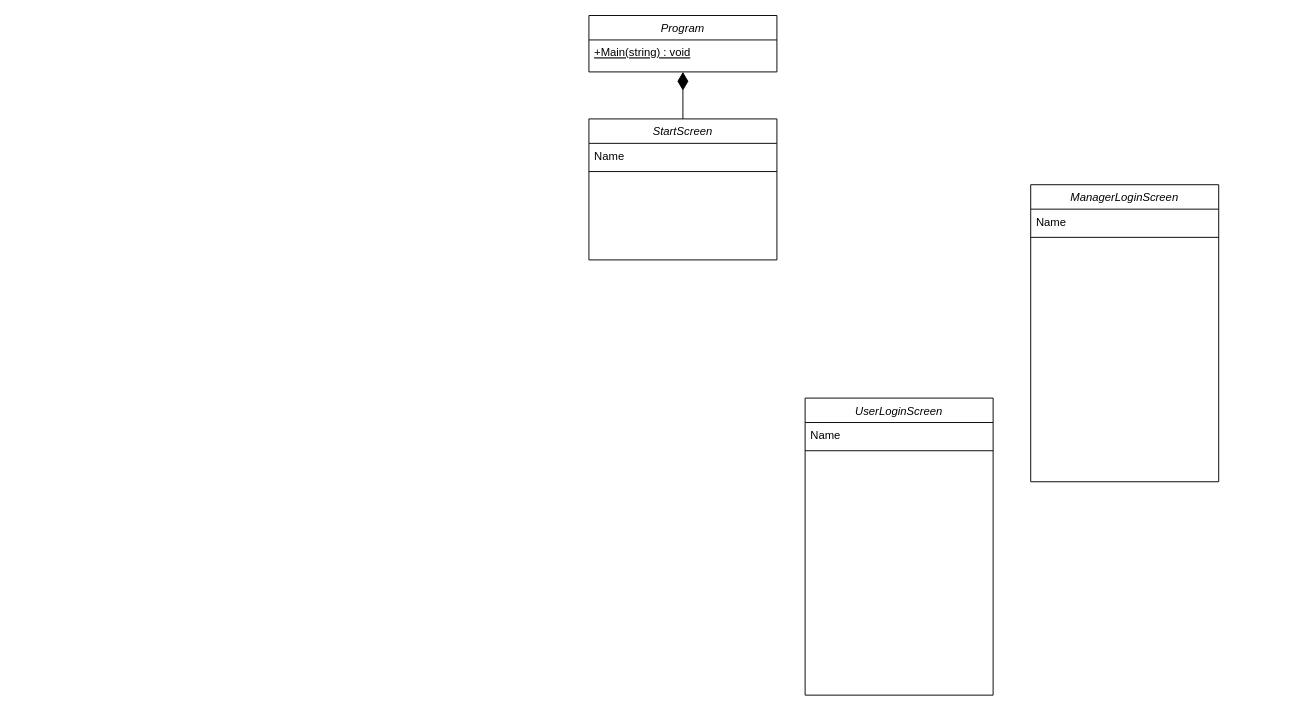
Above: 도서관/etc/도서관_ClassDiagram.drawio in EN-2024-Study/SangHyeok (draw.io), before the change. Source tidied: cells renumbered, new cells numbered last; positions are measured from the earlier drawing's top-left corner, leaving out a move shared by most shapes. Both pictures are drawn from the tidied source at 94%, with x=0, y=0 at pixel (588, 15).
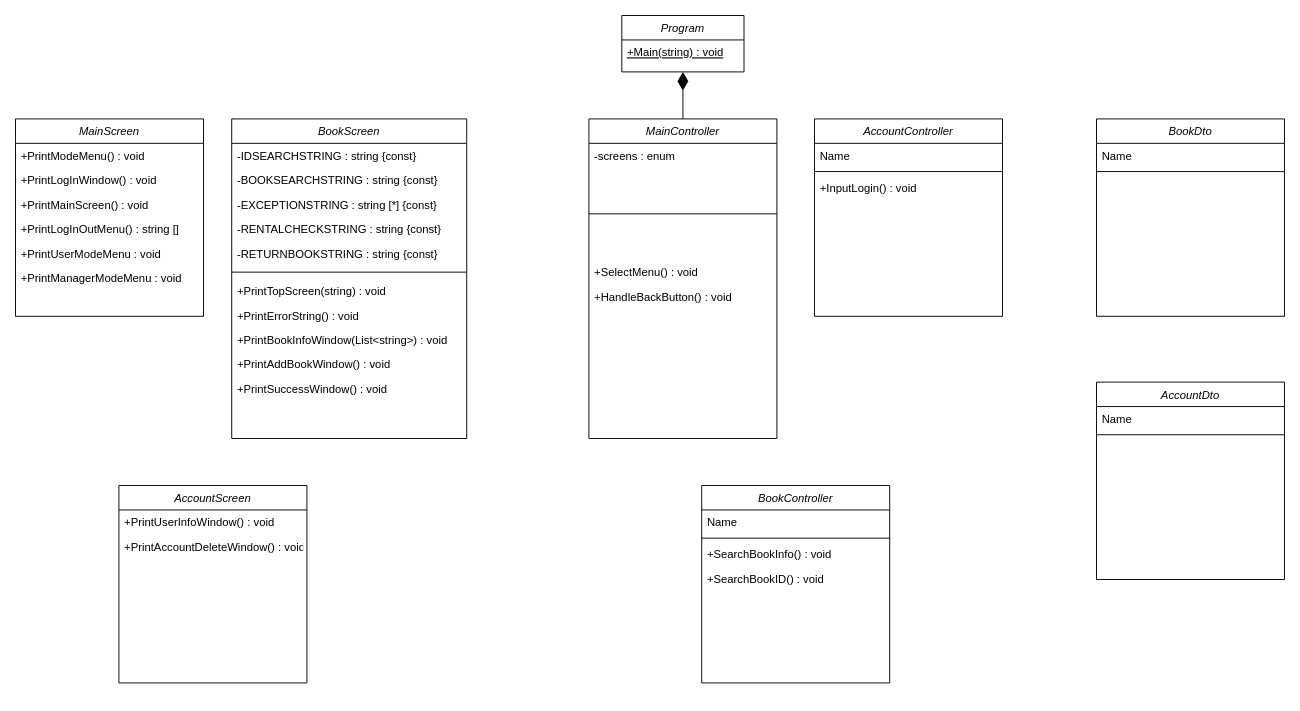
After the change.

Diff of the diagram source:
```diff
@@
-    <mxCell id="2" value="StartScreen" style="swimlane;fontStyle=2;align=center;verticalAlign=top;horizontal=1;startSize=26;rounded=0;shadow=0;strokeWidth=1;" parent="1" vertex="1">
-      <mxGeometry y="110" width="200" height="150" as="geometry" />
+    <mxCell id="2" value="MainController" style="swimlane;fontStyle=2;align=center;verticalAlign=top;horizontal=1;startSize=26;rounded=0;shadow=0;strokeWidth=1;" parent="1" vertex="1">
+      <mxGeometry y="110" width="200" height="340" as="geometry" />
     </mxCell>
-    <mxCell id="3" value="Name" style="text;align=left;verticalAlign=top;spacingLeft=4;spacingRight=4;overflow=hidden;" parent="2" vertex="1">
+    <mxCell id="3" value="-screens : enum" style="text;align=left;verticalAlign=top;spacingLeft=4;spacingRight=4;overflow=hidden;" parent="2" vertex="1">
       <mxGeometry y="26" width="200" height="26" as="geometry" />
     </mxCell>
     <mxCell id="4" style="line;html=1;strokeWidth=1;align=left;verticalAlign=middle;spacingTop=-1;spacingLeft=3;spacingRight=3;labelPosition=right;" parent="2" vertex="1">
-      <mxGeometry y="52" width="200" height="8" as="geometry" />
+      <mxGeometry y="52" width="200" height="98" as="geometry" />
     </mxCell>
-    <mxCell id="5" value="UserLoginScreen" style="swimlane;fontStyle=2;align=center;verticalAlign=top;horizontal=1;startSize=26;rounded=0;shadow=0;strokeWidth=1;" parent="1" vertex="1">
-      <mxGeometry x="230" y="407" width="200" height="316" as="geometry" />
-    </mxCell>
-    <mxCell id="6" value="Name" style="text;align=left;verticalAlign=top;spacingLeft=4;spacingRight=4;overflow=hidden;" parent="5" vertex="1">
-      <mxGeometry y="26" width="200" height="26" as="geometry" />
-    </mxCell>
-    <mxCell id="7" style="line;html=1;strokeWidth=1;align=left;verticalAlign=middle;spacingTop=-1;spacingLeft=3;spacingRight=3;labelPosition=right;" parent="5" vertex="1">
-      <mxGeometry y="52" width="200" height="8" as="geometry" />
-    </mxCell>
-    <mxCell id="8" value="ManagerLoginScreen" style="swimlane;fontStyle=2;align=center;verticalAlign=top;horizontal=1;startSize=26;rounded=0;shadow=0;strokeWidth=1;" parent="1" vertex="1">
-      <mxGeometry x="470" y="180" width="200" height="316" as="geometry" />
-    </mxCell>
-    <mxCell id="9" value="Name" style="text;align=left;verticalAlign=top;spacingLeft=4;spacingRight=4;overflow=hidden;" parent="8" vertex="1">
-      <mxGeometry y="26" width="200" height="26" as="geometry" />
-    </mxCell>
-    <mxCell id="10" style="line;html=1;strokeWidth=1;align=left;verticalAlign=middle;spacingTop=-1;spacingLeft=3;spacingRight=3;labelPosition=right;" parent="8" vertex="1">
-      <mxGeometry y="52" width="200" height="8" as="geometry" />
-    </mxCell>
+    <mxCell id="14" value="+SelectMenu() : void" style="text;align=left;verticalAlign=top;spacingLeft=4;spacingRight=4;overflow=hidden;" parent="2" vertex="1">
+      <mxGeometry y="150" width="200" height="26" as="geometry" />
+    </mxCell>
+    <mxCell id="15" value="+HandleBackButton() : void" style="text;align=left;verticalAlign=top;spacingLeft=4;spacingRight=4;overflow=hidden;" parent="2" vertex="1">
+      <mxGeometry y="176" width="200" height="26" as="geometry" />
+    </mxCell>
     <mxCell id="11" value="Program" style="swimlane;fontStyle=2;align=center;verticalAlign=top;horizontal=1;startSize=26;rounded=0;shadow=0;strokeWidth=1;" parent="1" vertex="1">
-      <mxGeometry width="200" height="60" as="geometry" />
+      <mxGeometry x="35" width="130" height="60" as="geometry" />
     </mxCell>
     <mxCell id="12" value="+Main(string) : void" style="text;align=left;verticalAlign=top;spacingLeft=4;spacingRight=4;overflow=hidden;fontStyle=4;" parent="11" vertex="1">
-      <mxGeometry y="26" width="200" height="26" as="geometry" />
+      <mxGeometry y="26" width="130" height="26" as="geometry" />
     </mxCell>
@@
+    <mxCell id="16" value="AccountController" style="swimlane;fontStyle=2;align=center;verticalAlign=top;horizontal=1;startSize=26;rounded=0;shadow=0;strokeWidth=1;" parent="1" vertex="1">
+      <mxGeometry x="240" y="110" width="200" height="210" as="geometry" />
+    </mxCell>
+    <mxCell id="17" value="Name" style="text;align=left;verticalAlign=top;spacingLeft=4;spacingRight=4;overflow=hidden;" parent="16" vertex="1">
+      <mxGeometry y="26" width="200" height="26" as="geometry" />
+    </mxCell>
+    <mxCell id="18" style="line;html=1;strokeWidth=1;align=left;verticalAlign=middle;spacingTop=-1;spacingLeft=3;spacingRight=3;labelPosition=right;" parent="16" vertex="1">
+      <mxGeometry y="52" width="200" height="8" as="geometry" />
+    </mxCell>
+    <mxCell id="19" value="+InputLogin() : void" style="text;align=left;verticalAlign=top;spacingLeft=4;spacingRight=4;overflow=hidden;" parent="16" vertex="1">
+      <mxGeometry y="60" width="200" height="26" as="geometry" />
+    </mxCell>
+    <mxCell id="20" value="BookController" style="swimlane;fontStyle=2;align=center;verticalAlign=top;horizontal=1;startSize=26;rounded=0;shadow=0;strokeWidth=1;" parent="1" vertex="1">
+      <mxGeometry x="120" y="500" width="200" height="210" as="geometry" />
+    </mxCell>
+    <mxCell id="21" value="Name" style="text;align=left;verticalAlign=top;spacingLeft=4;spacingRight=4;overflow=hidden;" parent="20" vertex="1">
+      <mxGeometry y="26" width="200" height="26" as="geometry" />
+    </mxCell>
+    <mxCell id="22" style="line;html=1;strokeWidth=1;align=left;verticalAlign=middle;spacingTop=-1;spacingLeft=3;spacingRight=3;labelPosition=right;" parent="20" vertex="1">
+      <mxGeometry y="52" width="200" height="8" as="geometry" />
+    </mxCell>
+    <mxCell id="23" value="+SearchBookInfo() : void" style="text;align=left;verticalAlign=top;spacingLeft=4;spacingRight=4;overflow=hidden;" parent="20" vertex="1">
+      <mxGeometry y="60" width="200" height="26" as="geometry" />
+    </mxCell>
+    <mxCell id="24" value="+SearchBookID() : void" style="text;align=left;verticalAlign=top;spacingLeft=4;spacingRight=4;overflow=hidden;" parent="20" vertex="1">
+      <mxGeometry y="86" width="200" height="26" as="geometry" />
+    </mxCell>
+    <mxCell id="25" value="AccountScreen" style="swimlane;fontStyle=2;align=center;verticalAlign=top;horizontal=1;startSize=26;rounded=0;shadow=0;strokeWidth=1;" parent="1" vertex="1">
+      <mxGeometry x="-500" y="500" width="200" height="210" as="geometry" />
+    </mxCell>
+    <mxCell id="26" value="+PrintUserInfoWindow() : void" style="text;align=left;verticalAlign=top;spacingLeft=4;spacingRight=4;overflow=hidden;" parent="25" vertex="1">
+      <mxGeometry y="26" width="200" height="26" as="geometry" />
+    </mxCell>
+    <mxCell id="27" value="+PrintAccountDeleteWindow() : void" style="text;align=left;verticalAlign=top;spacingLeft=4;spacingRight=4;overflow=hidden;" parent="25" vertex="1">
+      <mxGeometry y="52" width="200" height="26" as="geometry" />
+    </mxCell>
+    <mxCell id="28" value="BookScreen&#10;" style="swimlane;fontStyle=2;align=center;verticalAlign=top;horizontal=1;startSize=26;rounded=0;shadow=0;strokeWidth=1;" parent="1" vertex="1">
+      <mxGeometry x="-380" y="110" width="250" height="340" as="geometry" />
+    </mxCell>
+    <mxCell id="29" value="-IDSEARCHSTRING : string {const}" style="text;align=left;verticalAlign=top;spacingLeft=4;spacingRight=4;overflow=hidden;" parent="28" vertex="1">
+      <mxGeometry y="26" width="250" height="26" as="geometry" />
+    </mxCell>
+    <mxCell id="30" value="-BOOKSEARCHSTRING : string {const}" style="text;align=left;verticalAlign=top;spacingLeft=4;spacingRight=4;overflow=hidden;" parent="28" vertex="1">
+      <mxGeometry y="52" width="250" height="26" as="geometry" />
+    </mxCell>
+    <mxCell id="31" value="-EXCEPTIONSTRING : string [*] {const}" style="text;align=left;verticalAlign=top;spacingLeft=4;spacingRight=4;overflow=hidden;" parent="28" vertex="1">
+      <mxGeometry y="78" width="250" height="26" as="geometry" />
+    </mxCell>
+    <mxCell id="32" value="-RENTALCHECKSTRING : string {const}" style="text;align=left;verticalAlign=top;spacingLeft=4;spacingRight=4;overflow=hidden;" parent="28" vertex="1">
+      <mxGeometry y="104" width="250" height="26" as="geometry" />
+    </mxCell>
+    <mxCell id="33" value="-RETURNBOOKSTRING : string {const}" style="text;align=left;verticalAlign=top;spacingLeft=4;spacingRight=4;overflow=hidden;" parent="28" vertex="1">
+      <mxGeometry y="130" width="250" height="26" as="geometry" />
+    </mxCell>
+    <mxCell id="34" style="line;html=1;strokeWidth=1;align=left;verticalAlign=middle;spacingTop=-1;spacingLeft=3;spacingRight=3;labelPosition=right;" parent="28" vertex="1">
+      <mxGeometry y="156" width="250" height="14" as="geometry" />
+    </mxCell>
+    <mxCell id="35" value="+PrintTopScreen(string) : void" style="text;align=left;verticalAlign=top;spacingLeft=4;spacingRight=4;overflow=hidden;" parent="28" vertex="1">
+      <mxGeometry y="170" width="250" height="26" as="geometry" />
+    </mxCell>
+    <mxCell id="36" value="+PrintErrorString() : void" style="text;align=left;verticalAlign=top;spacingLeft=4;spacingRight=4;overflow=hidden;" parent="28" vertex="1">
+      <mxGeometry y="196" width="250" height="26" as="geometry" />
+    </mxCell>
+    <mxCell id="37" value="+PrintBookInfoWindow(List&lt;string&gt;) : void" style="text;align=left;verticalAlign=top;spacingLeft=4;spacingRight=4;overflow=hidden;" parent="28" vertex="1">
+      <mxGeometry y="222" width="250" height="26" as="geometry" />
+    </mxCell>
+    <mxCell id="38" value="+PrintAddBookWindow() : void" style="text;align=left;verticalAlign=top;spacingLeft=4;spacingRight=4;overflow=hidden;" parent="28" vertex="1">
+      <mxGeometry y="248" width="250" height="26" as="geometry" />
+    </mxCell>
+    <mxCell id="39" value="+PrintSuccessWindow() : void" style="text;align=left;verticalAlign=top;spacingLeft=4;spacingRight=4;overflow=hidden;" parent="28" vertex="1">
+      <mxGeometry y="274" width="250" height="26" as="geometry" />
+    </mxCell>
+    <mxCell id="40" value="BookDto" style="swimlane;fontStyle=2;align=center;verticalAlign=top;horizontal=1;startSize=26;rounded=0;shadow=0;strokeWidth=1;" parent="1" vertex="1">
+      <mxGeometry x="540" y="110" width="200" height="210" as="geometry" />
+    </mxCell>
+    <mxCell id="41" value="Name" style="text;align=left;verticalAlign=top;spacingLeft=4;spacingRight=4;overflow=hidden;" parent="40" vertex="1">
+      <mxGeometry y="26" width="200" height="26" as="geometry" />
+    </mxCell>
+    <mxCell id="42" style="line;html=1;strokeWidth=1;align=left;verticalAlign=middle;spacingTop=-1;spacingLeft=3;spacingRight=3;labelPosition=right;" parent="40" vertex="1">
+      <mxGeometry y="52" width="200" height="8" as="geometry" />
+    </mxCell>
+    <mxCell id="43" value="AccountDto" style="swimlane;fontStyle=2;align=center;verticalAlign=top;horizontal=1;startSize=26;rounded=0;shadow=0;strokeWidth=1;" parent="1" vertex="1">
+      <mxGeometry x="540" y="390" width="200" height="210" as="geometry" />
+    </mxCell>
+    <mxCell id="44" value="Name" style="text;align=left;verticalAlign=top;spacingLeft=4;spacingRight=4;overflow=hidden;" parent="43" vertex="1">
+      <mxGeometry y="26" width="200" height="26" as="geometry" />
+    </mxCell>
+    <mxCell id="45" style="line;html=1;strokeWidth=1;align=left;verticalAlign=middle;spacingTop=-1;spacingLeft=3;spacingRight=3;labelPosition=right;" parent="43" vertex="1">
+      <mxGeometry y="52" width="200" height="8" as="geometry" />
+    </mxCell>
+    <mxCell id="46" value="MainScreen" style="swimlane;fontStyle=2;align=center;verticalAlign=top;horizontal=1;startSize=26;rounded=0;shadow=0;strokeWidth=1;" parent="1" vertex="1">
+      <mxGeometry x="-610" y="110" width="200" height="210" as="geometry" />
+    </mxCell>
+    <mxCell id="47" value="+PrintModeMenu() : void" style="text;align=left;verticalAlign=top;spacingLeft=4;spacingRight=4;overflow=hidden;" parent="46" vertex="1">
+      <mxGeometry y="26" width="200" height="26" as="geometry" />
+    </mxCell>
+    <mxCell id="48" value="+PrintLogInWindow() : void" style="text;align=left;verticalAlign=top;spacingLeft=4;spacingRight=4;overflow=hidden;" parent="46" vertex="1">
+      <mxGeometry y="52" width="200" height="26" as="geometry" />
+    </mxCell>
+    <mxCell id="49" value="+PrintMainScreen() : void " style="text;align=left;verticalAlign=top;spacingLeft=4;spacingRight=4;overflow=hidden;" parent="46" vertex="1">
+      <mxGeometry y="78" width="200" height="26" as="geometry" />
+    </mxCell>
+    <mxCell id="50" value="+PrintLogInOutMenu() : string []" style="text;align=left;verticalAlign=top;spacingLeft=4;spacingRight=4;overflow=hidden;" parent="46" vertex="1">
+      <mxGeometry y="104" width="200" height="26" as="geometry" />
+    </mxCell>
+    <mxCell id="51" value="+PrintUserModeMenu : void" style="text;align=left;verticalAlign=top;spacingLeft=4;spacingRight=4;overflow=hidden;" parent="46" vertex="1">
+      <mxGeometry y="130" width="200" height="26" as="geometry" />
+    </mxCell>
+    <mxCell id="52" value="+PrintManagerModeMenu : void" style="text;align=left;verticalAlign=top;spacingLeft=4;spacingRight=4;overflow=hidden;" parent="46" vertex="1">
+      <mxGeometry y="156" width="200" height="26" as="geometry" />
+    </mxCell>
```
